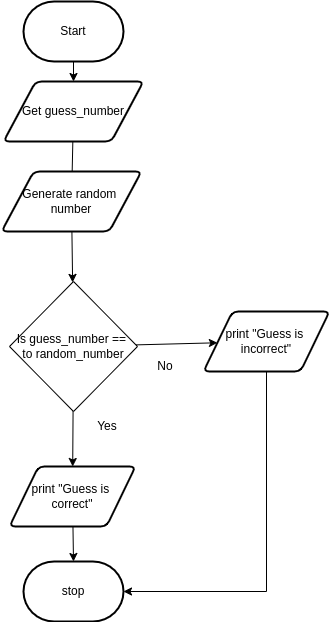
JacksonNaufal/ICS3U-Unit3-06-Python keeps this draw.io diagram as FlowChartFixed.png. Above is the earlier version. Source tidied: cells renumbered, new cells last; positions are measured from the earlier drawing's top-left corner, leaving out a move shared by most shapes. Its diagram source:
```xml
<mxGraphModel>
  <root>
    <mxCell id="0" />
    <mxCell id="1" parent="0" />
    <mxCell id="2" style="edgeStyle=none;html=1;" parent="1" edge="1" source="3" target="5">
      <mxGeometry relative="1" as="geometry" />
    </mxCell>
    <mxCell id="3" value="Start" style="strokeWidth=2;html=1;shape=mxgraph.flowchart.terminator;whiteSpace=wrap;" parent="1" vertex="1">
      <mxGeometry x="22" width="100" height="60" as="geometry" />
    </mxCell>
    <mxCell id="4" style="edgeStyle=none;html=1;startArrow=none;" parent="1" edge="1" source="16" target="11">
      <mxGeometry relative="1" as="geometry" />
    </mxCell>
    <mxCell id="5" value="Get guess_number" style="shape=parallelogram;html=1;strokeWidth=2;perimeter=parallelogramPerimeter;whiteSpace=wrap;rounded=1;arcSize=12;size=0.23;" parent="1" vertex="1">
      <mxGeometry x="2" y="80" width="140" height="60" as="geometry" />
    </mxCell>
    <mxCell id="6" style="edgeStyle=none;html=1;entryX=0.5;entryY=0;entryDx=0;entryDy=0;entryPerimeter=0;" parent="1" edge="1" source="7" target="8">
      <mxGeometry relative="1" as="geometry" />
    </mxCell>
    <mxCell id="7" value="print &quot;Guess is &lt;br&gt;correct&quot;" style="shape=parallelogram;html=1;strokeWidth=2;perimeter=parallelogramPerimeter;whiteSpace=wrap;rounded=1;arcSize=12;size=0.23;" parent="1" vertex="1">
      <mxGeometry x="8" y="465" width="126" height="60" as="geometry" />
    </mxCell>
    <mxCell id="8" value="stop" style="strokeWidth=2;html=1;shape=mxgraph.flowchart.terminator;whiteSpace=wrap;rounded=1;" parent="1" vertex="1">
      <mxGeometry x="22" y="560" width="100" height="60" as="geometry" />
    </mxCell>
    <mxCell id="9" style="edgeStyle=none;html=1;" parent="1" edge="1" source="11" target="7">
      <mxGeometry relative="1" as="geometry" />
    </mxCell>
    <mxCell id="10" style="edgeStyle=none;html=1;" parent="1" edge="1" source="11" target="15">
      <mxGeometry relative="1" as="geometry" />
    </mxCell>
    <mxCell id="11" value="Is guess_number == &lt;br&gt;to random_number" style="rhombus;whiteSpace=wrap;html=1;" parent="1" vertex="1">
      <mxGeometry x="8" y="280" width="128" height="130" as="geometry" />
    </mxCell>
    <mxCell id="12" value="No" style="text;html=1;strokeColor=none;fillColor=none;align=center;verticalAlign=middle;whiteSpace=wrap;rounded=0;fontSize=12;" parent="1" vertex="1">
      <mxGeometry x="134" y="350" width="60" height="30" as="geometry" />
    </mxCell>
    <mxCell id="13" value="Yes" style="text;html=1;strokeColor=none;fillColor=none;align=center;verticalAlign=middle;whiteSpace=wrap;rounded=0;fontSize=12;" parent="1" vertex="1">
      <mxGeometry x="76" y="410" width="60" height="30" as="geometry" />
    </mxCell>
    <mxCell id="14" style="edgeStyle=none;html=1;entryX=1;entryY=0.5;entryDx=0;entryDy=0;entryPerimeter=0;rounded=0;" parent="1" edge="1" source="15" target="8">
      <mxGeometry relative="1" as="geometry">
        <Array as="points">
          <mxPoint x="265" y="590" />
        </Array>
      </mxGeometry>
    </mxCell>
    <mxCell id="15" value="print &quot;Guess is &lt;br&gt;incorrect&quot;" style="shape=parallelogram;html=1;strokeWidth=2;perimeter=parallelogramPerimeter;whiteSpace=wrap;rounded=1;arcSize=12;size=0.23;" parent="1" vertex="1">
      <mxGeometry x="202" y="310" width="126" height="60" as="geometry" />
    </mxCell>
    <mxCell id="16" value="Generate random&amp;nbsp;&lt;br&gt;number" style="shape=parallelogram;html=1;strokeWidth=2;perimeter=parallelogramPerimeter;whiteSpace=wrap;rounded=1;arcSize=12;size=0.23;" parent="1" vertex="1">
      <mxGeometry y="170" width="140" height="60" as="geometry" />
    </mxCell>
    <mxCell id="17" style="edgeStyle=none;html=1;endArrow=none;" parent="1" edge="1" source="5" target="16">
      <mxGeometry relative="1" as="geometry" />
    </mxCell>
  </root>
</mxGraphModel>
```
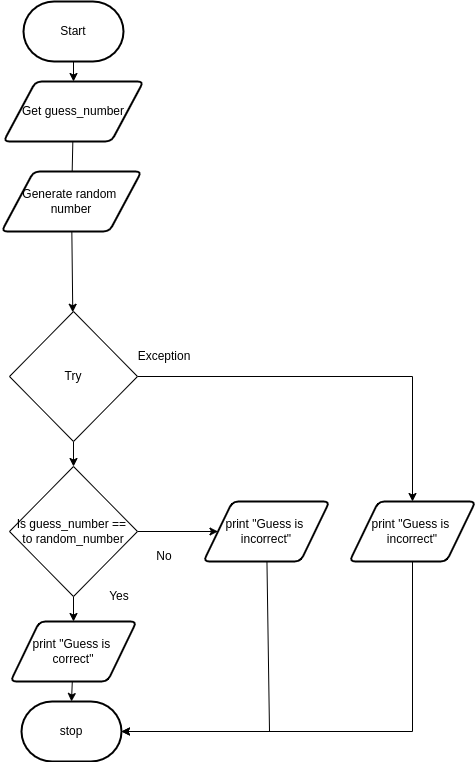
After the change.

The edit, as a diff of the source:
```diff
@@ -8,9 +8,6 @@
     <mxCell id="3" value="Start" style="strokeWidth=2;html=1;shape=mxgraph.flowchart.terminator;whiteSpace=wrap;" parent="1" vertex="1">
       <mxGeometry x="22" width="100" height="60" as="geometry" />
     </mxCell>
-    <mxCell id="4" style="edgeStyle=none;html=1;startArrow=none;" parent="1" edge="1" source="16" target="11">
-      <mxGeometry relative="1" as="geometry" />
-    </mxCell>
     <mxCell id="5" value="Get guess_number" style="shape=parallelogram;html=1;strokeWidth=2;perimeter=parallelogramPerimeter;whiteSpace=wrap;rounded=1;arcSize=12;size=0.23;" parent="1" vertex="1">
       <mxGeometry x="2" y="80" width="140" height="60" as="geometry" />
     </mxCell>
@@ -18,10 +15,10 @@
       <mxGeometry relative="1" as="geometry" />
     </mxCell>
     <mxCell id="7" value="print &quot;Guess is &lt;br&gt;correct&quot;" style="shape=parallelogram;html=1;strokeWidth=2;perimeter=parallelogramPerimeter;whiteSpace=wrap;rounded=1;arcSize=12;size=0.23;" parent="1" vertex="1">
-      <mxGeometry x="8" y="465" width="126" height="60" as="geometry" />
+      <mxGeometry x="9" y="620" width="126" height="60" as="geometry" />
     </mxCell>
     <mxCell id="8" value="stop" style="strokeWidth=2;html=1;shape=mxgraph.flowchart.terminator;whiteSpace=wrap;rounded=1;" parent="1" vertex="1">
-      <mxGeometry x="22" y="560" width="100" height="60" as="geometry" />
+      <mxGeometry x="20" y="700" width="100" height="60" as="geometry" />
     </mxCell>
     <mxCell id="9" style="edgeStyle=none;html=1;" parent="1" edge="1" source="11" target="7">
       <mxGeometry relative="1" as="geometry" />
@@ -30,29 +27,58 @@
       <mxGeometry relative="1" as="geometry" />
     </mxCell>
     <mxCell id="11" value="Is guess_number == &lt;br&gt;to random_number" style="rhombus;whiteSpace=wrap;html=1;" parent="1" vertex="1">
-      <mxGeometry x="8" y="280" width="128" height="130" as="geometry" />
+      <mxGeometry x="8" y="465" width="128" height="130" as="geometry" />
     </mxCell>
     <mxCell id="12" value="No" style="text;html=1;strokeColor=none;fillColor=none;align=center;verticalAlign=middle;whiteSpace=wrap;rounded=0;fontSize=12;" parent="1" vertex="1">
-      <mxGeometry x="134" y="350" width="60" height="30" as="geometry" />
+      <mxGeometry x="133" y="540" width="60" height="30" as="geometry" />
     </mxCell>
     <mxCell id="13" value="Yes" style="text;html=1;strokeColor=none;fillColor=none;align=center;verticalAlign=middle;whiteSpace=wrap;rounded=0;fontSize=12;" parent="1" vertex="1">
-      <mxGeometry x="76" y="410" width="60" height="30" as="geometry" />
+      <mxGeometry x="88" y="580" width="60" height="30" as="geometry" />
     </mxCell>
     <mxCell id="14" style="edgeStyle=none;html=1;entryX=1;entryY=0.5;entryDx=0;entryDy=0;entryPerimeter=0;rounded=0;" parent="1" edge="1" source="15" target="8">
       <mxGeometry relative="1" as="geometry">
         <Array as="points">
-          <mxPoint x="265" y="590" />
+          <mxPoint x="268" y="730" />
         </Array>
       </mxGeometry>
     </mxCell>
     <mxCell id="15" value="print &quot;Guess is &lt;br&gt;incorrect&quot;" style="shape=parallelogram;html=1;strokeWidth=2;perimeter=parallelogramPerimeter;whiteSpace=wrap;rounded=1;arcSize=12;size=0.23;" parent="1" vertex="1">
-      <mxGeometry x="202" y="310" width="126" height="60" as="geometry" />
+      <mxGeometry x="202" y="500" width="126" height="60" as="geometry" />
     </mxCell>
+    <mxCell id="18" style="edgeStyle=none;rounded=0;html=1;" parent="1" edge="1" source="16" target="21">
+      <mxGeometry relative="1" as="geometry" />
+    </mxCell>
     <mxCell id="16" value="Generate random&amp;nbsp;&lt;br&gt;number" style="shape=parallelogram;html=1;strokeWidth=2;perimeter=parallelogramPerimeter;whiteSpace=wrap;rounded=1;arcSize=12;size=0.23;" parent="1" vertex="1">
       <mxGeometry y="170" width="140" height="60" as="geometry" />
     </mxCell>
     <mxCell id="17" style="edgeStyle=none;html=1;endArrow=none;" parent="1" edge="1" source="5" target="16">
       <mxGeometry relative="1" as="geometry" />
     </mxCell>
+    <mxCell id="19" style="edgeStyle=none;html=1;" parent="1" edge="1" source="21" target="11">
+      <mxGeometry relative="1" as="geometry" />
+    </mxCell>
+    <mxCell id="20" style="edgeStyle=none;html=1;entryX=0.5;entryY=0;entryDx=0;entryDy=0;rounded=0;" parent="1" edge="1" source="21" target="24">
+      <mxGeometry relative="1" as="geometry">
+        <Array as="points">
+          <mxPoint x="411" y="375" />
+        </Array>
+      </mxGeometry>
+    </mxCell>
+    <mxCell id="21" value="&lt;span style=&quot;font-weight: normal&quot;&gt;Try&lt;/span&gt;" style="rhombus;whiteSpace=wrap;html=1;fontStyle=1;" parent="1" vertex="1">
+      <mxGeometry x="8" y="310" width="128" height="130" as="geometry" />
+    </mxCell>
+    <mxCell id="22" value="Exception" style="text;html=1;strokeColor=none;fillColor=none;align=center;verticalAlign=middle;whiteSpace=wrap;rounded=0;fontSize=12;" parent="1" vertex="1">
+      <mxGeometry x="133" y="340" width="60" height="30" as="geometry" />
+    </mxCell>
+    <mxCell id="23" style="edgeStyle=none;rounded=0;html=1;entryX=1;entryY=0.5;entryDx=0;entryDy=0;entryPerimeter=0;exitX=0.5;exitY=1;exitDx=0;exitDy=0;" parent="1" edge="1" source="24" target="8">
+      <mxGeometry relative="1" as="geometry">
+        <Array as="points">
+          <mxPoint x="411" y="730" />
+        </Array>
+      </mxGeometry>
+    </mxCell>
+    <mxCell id="24" value="print &quot;Guess is &lt;br&gt;incorrect&quot;" style="shape=parallelogram;html=1;strokeWidth=2;perimeter=parallelogramPerimeter;whiteSpace=wrap;rounded=1;arcSize=12;size=0.23;" parent="1" vertex="1">
+      <mxGeometry x="348" y="500" width="126" height="60" as="geometry" />
+    </mxCell>
   </root>
 </mxGraphModel>
```
